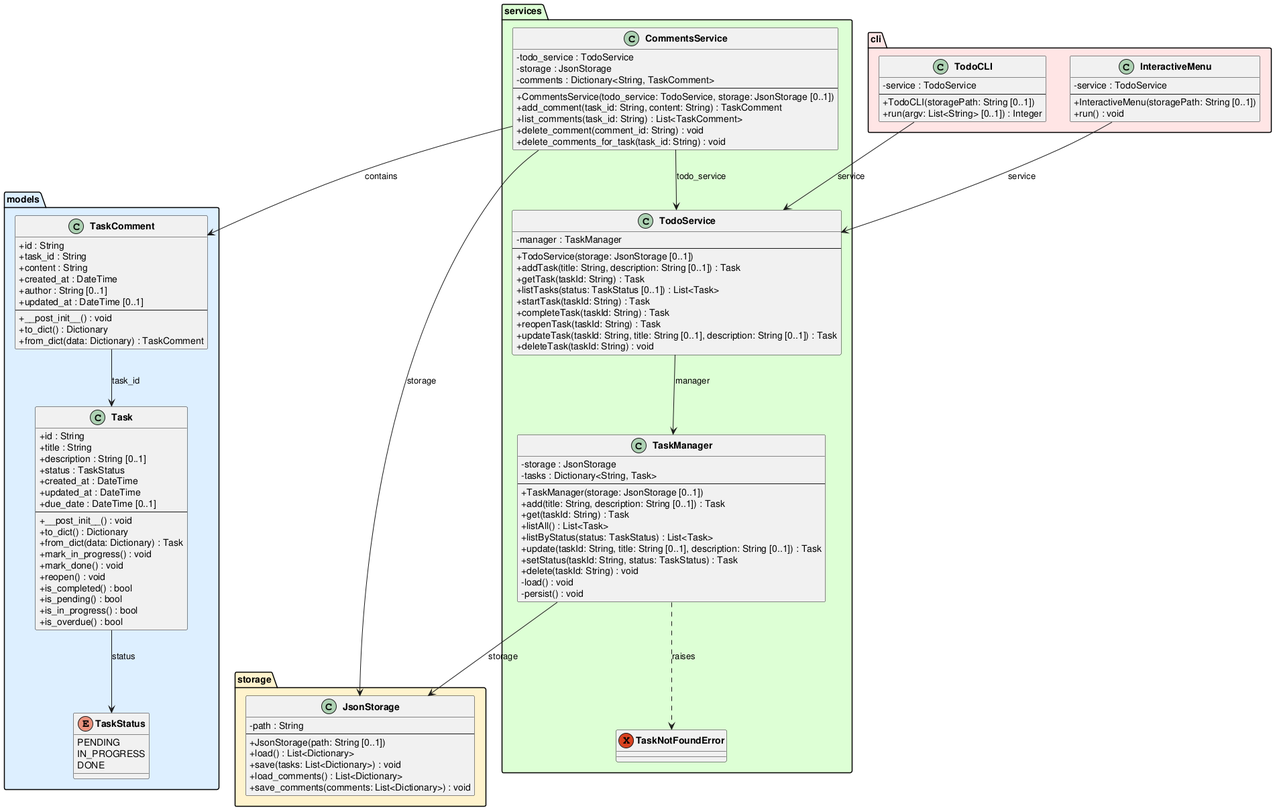
Above: experiments/pipeline/test_driven/TODO/artifacts/class_diagram.png in DanielRiha8906/Software_autoevolution_using_agents (PlantUML), before the change.
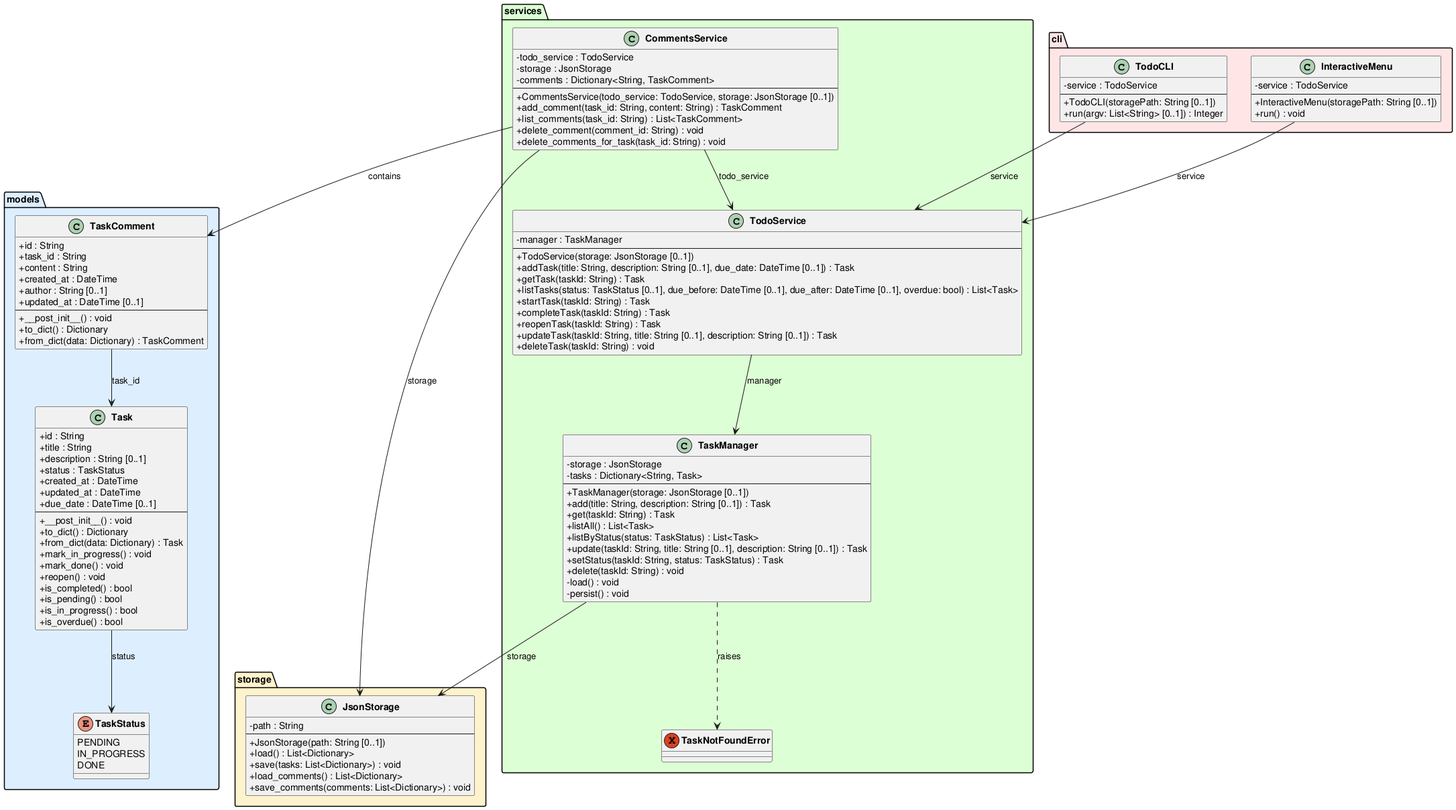
After the change.

What changed in the source:
```diff
@@ -80,9 +80,9 @@
         -manager : TaskManager
         --
         +TodoService(storage: JsonStorage [0..1])
-        +addTask(title: String, description: String [0..1]) : Task
+        +addTask(title: String, description: String [0..1], due_date: DateTime [0..1]) : Task
         +getTask(taskId: String) : Task
-        +listTasks(status: TaskStatus [0..1]) : List<Task>
+        +listTasks(status: TaskStatus [0..1], due_before: DateTime [0..1], due_after: DateTime [0..1], overdue: bool) : List<Task>
         +startTask(taskId: String) : Task
         +completeTask(taskId: String) : Task
         +reopenTask(taskId: String) : Task
```
